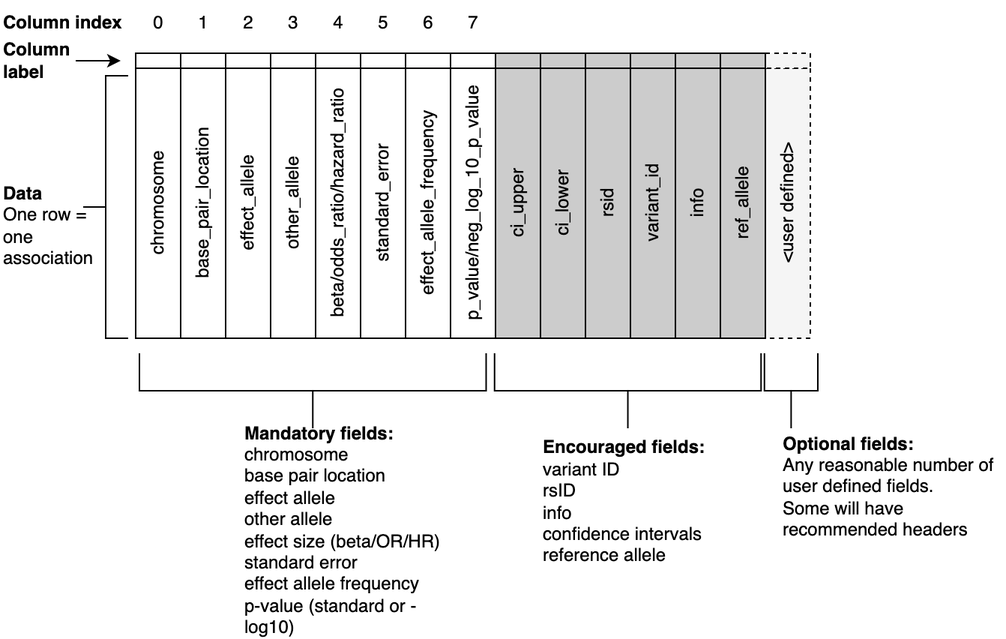
This is images/schematic.png from EBISPOT/gwas-summary-statistics-standard, a draw.io export, as it was before one commit. Source tidied: cells renumbered, new cells last; positions are measured from the earlier drawing's top-left corner, leaving out a move shared by most shapes.
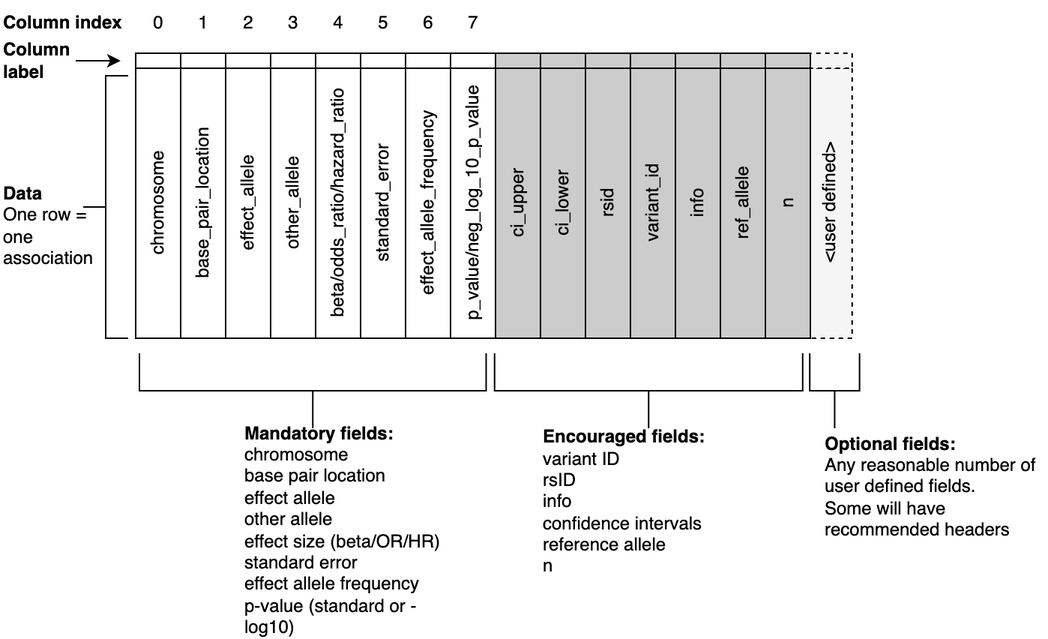
Later version of the same file.

Commit message:
typos, n to schematic, refs, minor changes to wording

The edit, as a diff of the source:
```diff
@@ -81,28 +81,28 @@
       <mxGeometry x="450" y="35" width="30" height="10" as="geometry" />
     </mxCell>
     <mxCell id="28" value="&amp;lt;user defined&amp;gt;" style="rounded=0;whiteSpace=wrap;html=1;horizontal=0;strokeColor=#000000;fontColor=#000000;fillColor=#f5f5f5;dashed=1;" parent="1" vertex="1">
-      <mxGeometry x="510" y="45" width="30" height="180" as="geometry" />
+      <mxGeometry x="537.8" y="45" width="30" height="180" as="geometry" />
     </mxCell>
     <mxCell id="29" style="rounded=0;whiteSpace=wrap;html=1;strokeColor=#000000;fontColor=#000000;fillColor=#f5f5f5;dashed=1;" parent="1" vertex="1">
-      <mxGeometry x="510" y="35" width="30" height="10" as="geometry" />
+      <mxGeometry x="537.8" y="35" width="30" height="10" as="geometry" />
     </mxCell>
     <mxCell id="30" style="strokeWidth=1;html=1;shape=mxgraph.flowchart.annotation_2;align=left;labelPosition=right;rotation=-90;" parent="1" vertex="1">
       <mxGeometry x="183.1" y="144.4" width="50" height="231.2" as="geometry" />
     </mxCell>
     <mxCell id="31" style="strokeWidth=1;html=1;shape=mxgraph.flowchart.annotation_2;align=left;labelPosition=right;rotation=-90;" parent="1" vertex="1">
-      <mxGeometry x="393.3" y="171.1" width="50" height="177.8" as="geometry" />
+      <mxGeometry x="407.1" y="157.3" width="50" height="205.5" as="geometry" />
     </mxCell>
     <mxCell id="32" style="strokeWidth=1;html=1;shape=mxgraph.flowchart.annotation_2;align=left;labelPosition=right;rotation=-90;" parent="1" vertex="1">
-      <mxGeometry x="502.2" y="242.2" width="50" height="35.6" as="geometry" />
+      <mxGeometry x="531.2" y="243.4" width="50" height="33.2" as="geometry" />
     </mxCell>
     <mxCell id="33" value="&lt;b&gt;Mandatory fields:&lt;br&gt;&lt;/b&gt;chromosome&lt;br&gt;base pair location&lt;br&gt;effect allele&lt;br&gt;other allele&lt;br&gt;effect size (beta/OR/HR)&lt;br&gt;standard error&lt;br&gt;effect allele frequency&lt;br&gt;p-value (standard or -log10)" style="text;html=1;strokeColor=none;fillColor=none;align=left;verticalAlign=middle;whiteSpace=wrap;rounded=0;" parent="1" vertex="1">
       <mxGeometry x="161" y="337.6" width="150" height="30" as="geometry" />
     </mxCell>
-    <mxCell id="34" value="&lt;b&gt;Encouraged fields:&lt;br&gt;&lt;/b&gt;variant ID&lt;br&gt;rsID&lt;br&gt;info&lt;br&gt;confidence intervals&lt;br&gt;reference allele" style="text;html=1;strokeColor=none;fillColor=none;align=left;verticalAlign=middle;whiteSpace=wrap;rounded=0;" parent="1" vertex="1">
+    <mxCell id="34" value="&lt;b&gt;Encouraged fields:&lt;br&gt;&lt;/b&gt;variant ID&lt;br&gt;rsID&lt;br&gt;info&lt;br&gt;confidence intervals&lt;br&gt;reference allele&lt;br&gt;n" style="text;html=1;strokeColor=none;fillColor=none;align=left;verticalAlign=middle;whiteSpace=wrap;rounded=0;" parent="1" vertex="1">
       <mxGeometry x="360" y="318.9" width="150" height="30" as="geometry" />
     </mxCell>
     <mxCell id="35" value="&lt;b&gt;Optional fields:&lt;/b&gt;&lt;br&gt;Any reasonable number of user defined fields.&lt;br&gt;Some will have recommended headers" style="text;html=1;strokeColor=none;fillColor=none;align=left;verticalAlign=middle;whiteSpace=wrap;rounded=0;" parent="1" vertex="1">
-      <mxGeometry x="520" y="308.6" width="150" height="30" as="geometry" />
+      <mxGeometry x="547.8" y="308.6" width="150" height="30" as="geometry" />
     </mxCell>
     <mxCell id="36" style="edgeStyle=orthogonalEdgeStyle;rounded=0;jettySize=auto;html=1;fontColor=#000000;strokeColor=#000000;" parent="1" edge="1" source="37">
       <mxGeometry relative="1" as="geometry">
@@ -151,5 +151,11 @@
     <mxCell id="50" style="rounded=0;whiteSpace=wrap;html=1;strokeColor=#000000;fontColor=#000000;fillColor=#CCCCCC;" parent="1" vertex="1">
       <mxGeometry x="480" y="35" width="30" height="10" as="geometry" />
     </mxCell>
+    <mxCell id="51" value="n" style="rounded=0;whiteSpace=wrap;html=1;horizontal=0;strokeColor=#000000;fontColor=#000000;fillColor=#CCCCCC;" parent="1" vertex="1">
+      <mxGeometry x="510" y="45" width="30" height="180" as="geometry" />
+    </mxCell>
+    <mxCell id="52" style="rounded=0;whiteSpace=wrap;html=1;strokeColor=#000000;fontColor=#000000;fillColor=#CCCCCC;" parent="1" vertex="1">
+      <mxGeometry x="510" y="35" width="30" height="10" as="geometry" />
+    </mxCell>
   </root>
 </mxGraphModel>
```
